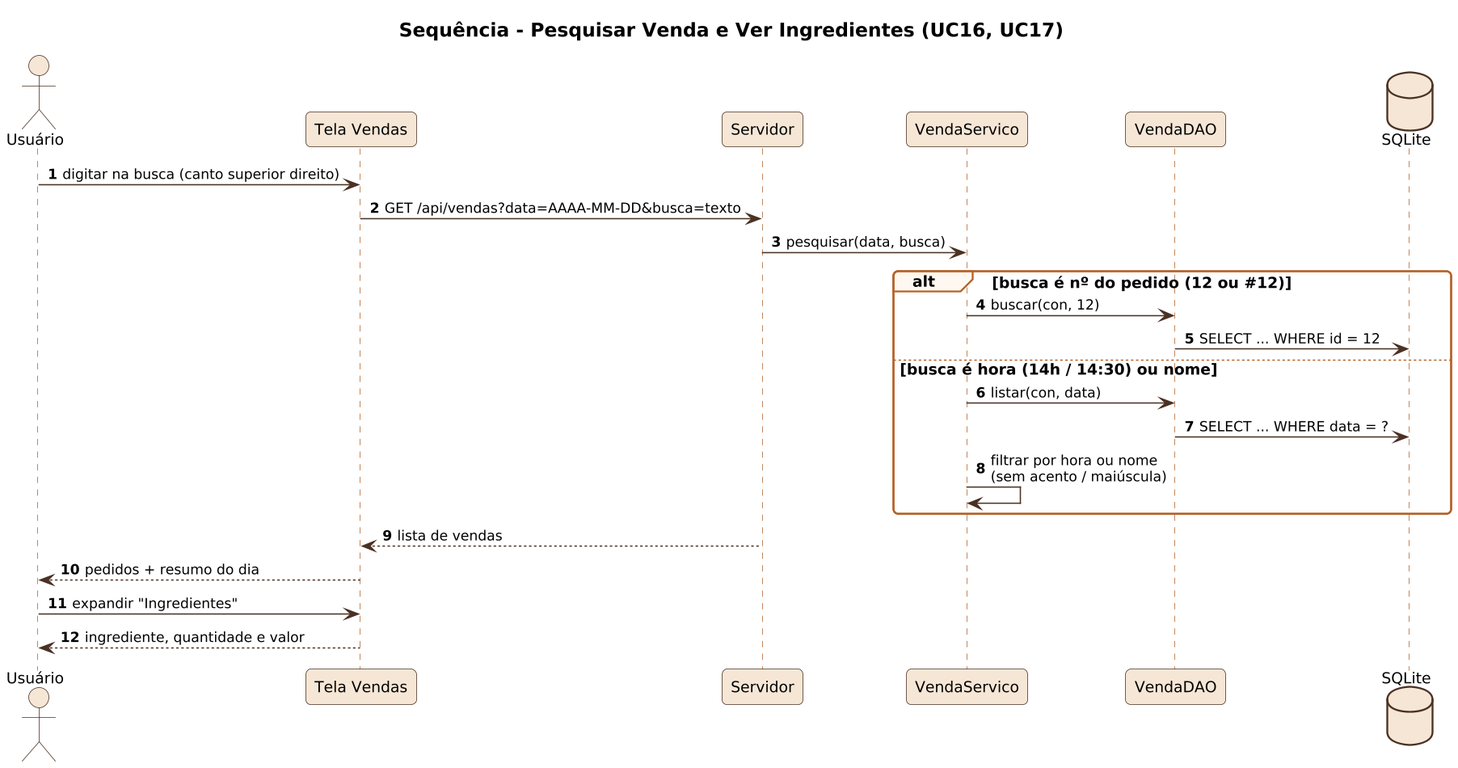
Before: docs/diagramas/png/S13_seq_pesquisar_venda.png, a diagram exported from PlantUML (Hallff/ConfeitaSys). The source it was exported from:
```plantuml
@startuml
!include _seq.iuml
title Sequência - Pesquisar Venda e Ver Ingredientes (UC16, UC17)
actor Usuário as U
participant "Tela Vendas" as T
participant Servidor as S
participant VendaServico as VS
participant VendaDAO as VD
database SQLite as DB
U -> T : digitar na busca (canto superior direito)
T -> S : GET /api/vendas?data=AAAA-MM-DD&busca=texto
S -> VS : pesquisar(data, busca)
alt busca é nº do pedido (12 ou #12)
  VS -> VD : buscar(con, 12)
  VD -> DB : SELECT ... WHERE id = 12
else busca é hora (14h / 14:30) ou nome
  VS -> VD : listar(con, data)
  VD -> DB : SELECT ... WHERE data = ?
  VS -> VS : filtrar por hora ou nome\n(sem acento / maiúscula)
end
S --> T : lista de vendas
T --> U : pedidos + resumo do dia
U -> T : expandir "Ingredientes"
T --> U : ingrediente, quantidade e valor
@enduml
```
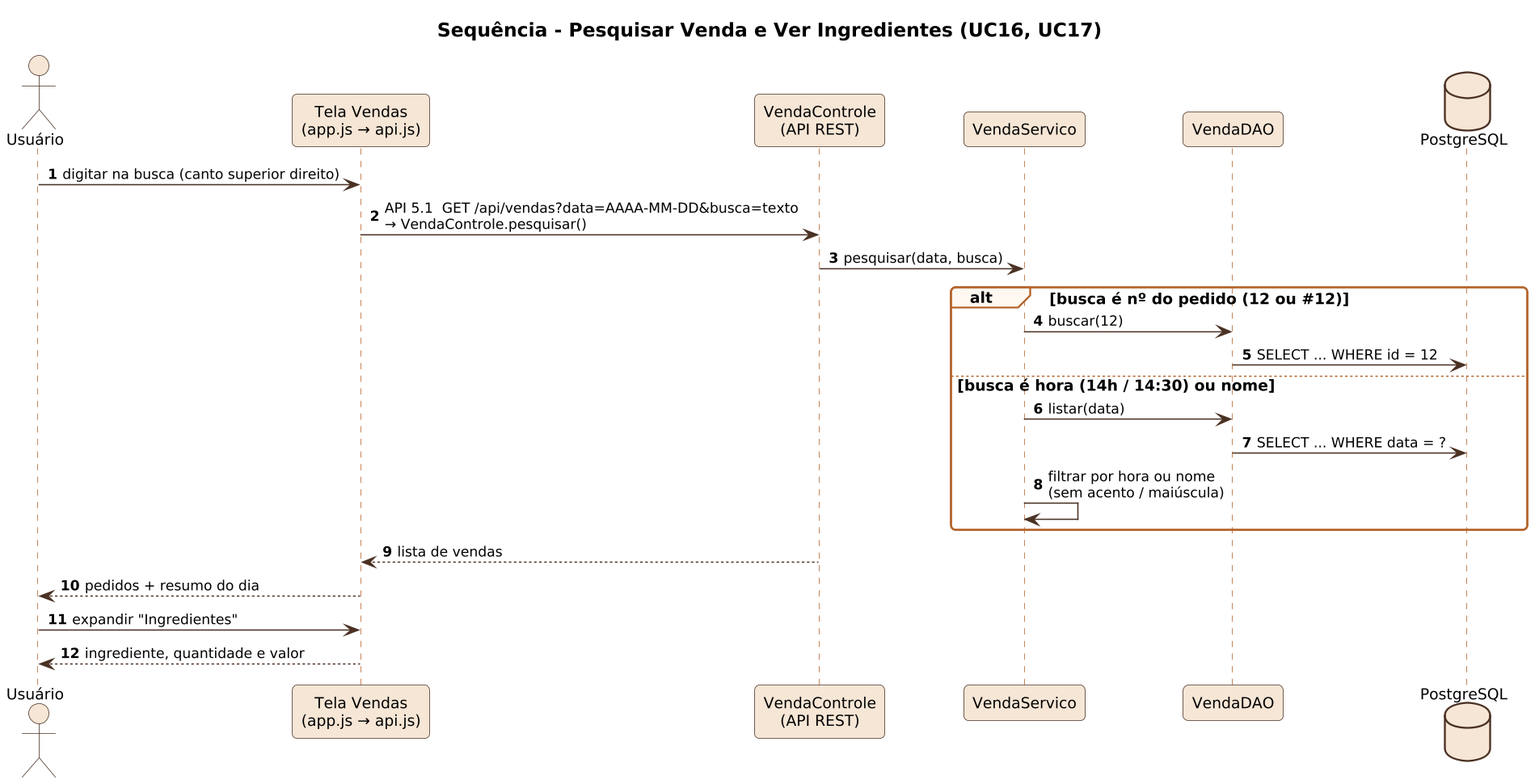
Later version of the same file.

The edit, as a diff of the source:
```diff
@@ -2,19 +2,19 @@
 !include _seq.iuml
 title Sequência - Pesquisar Venda e Ver Ingredientes (UC16, UC17)
 actor Usuário as U
-participant "Tela Vendas" as T
-participant Servidor as S
+participant "Tela Vendas\n(app.js → api.js)" as T
+participant "VendaControle\n(API REST)" as S
 participant VendaServico as VS
 participant VendaDAO as VD
-database SQLite as DB
+database "PostgreSQL" as DB
 U -> T : digitar na busca (canto superior direito)
-T -> S : GET /api/vendas?data=AAAA-MM-DD&busca=texto
+T -> S : API 5.1  GET /api/vendas?data=AAAA-MM-DD&busca=texto\n→ VendaControle.pesquisar()
 S -> VS : pesquisar(data, busca)
 alt busca é nº do pedido (12 ou #12)
-  VS -> VD : buscar(con, 12)
+  VS -> VD : buscar(12)
   VD -> DB : SELECT ... WHERE id = 12
 else busca é hora (14h / 14:30) ou nome
-  VS -> VD : listar(con, data)
+  VS -> VD : listar(data)
   VD -> DB : SELECT ... WHERE data = ?
   VS -> VS : filtrar por hora ou nome\n(sem acento / maiúscula)
 end
```
